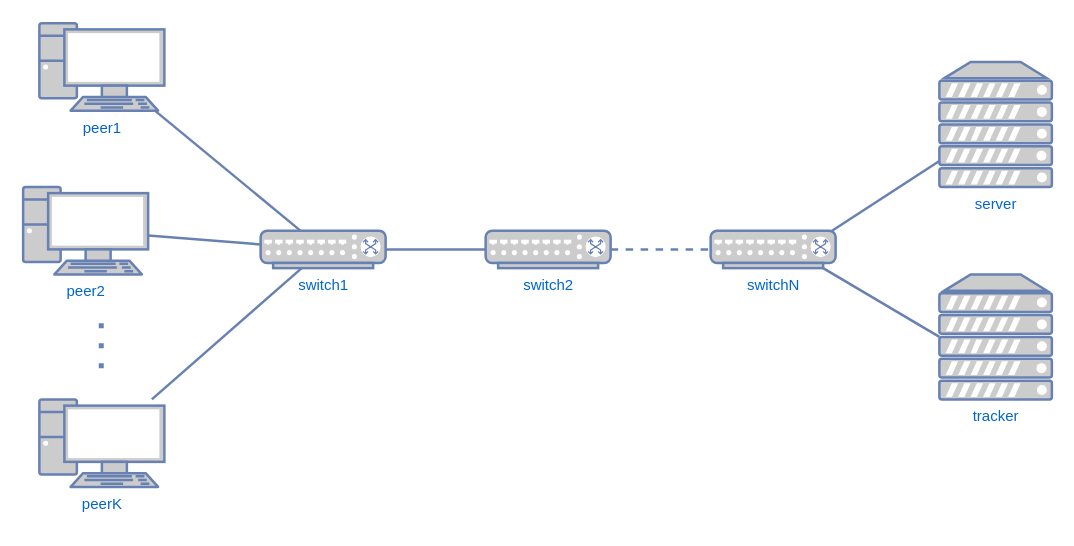
Before: nHopTopology.drawio in nan-af/sproj, a draw.io diagram. Source tidied: cells renumbered, new cells numbered last; positions are measured from the earlier drawing's top-left corner, leaving out a move shared by most shapes. Both pictures are drawn from the tidied source at 125%, with x=0, y=0 at pixel (22, 22).
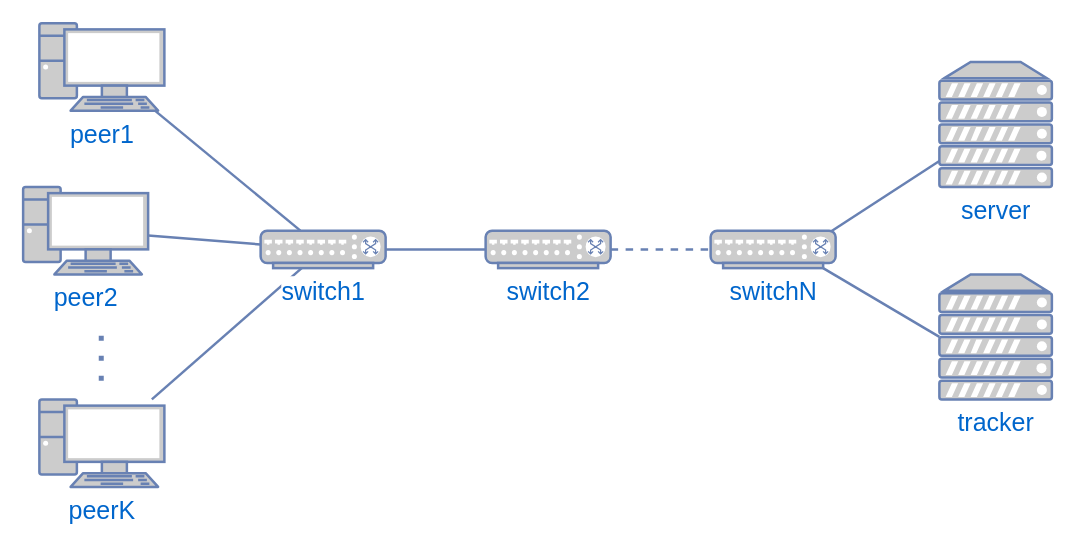
The same page after the edit.

Commit message:
Increase font size

What changed in the source:
```diff
@@
 <mxGraphModel>
   <root>
     <mxCell id="0" />
     <mxCell id="1" parent="0" />
-    <mxCell id="2" value="server" style="fontColor=#0066CC;verticalAlign=top;verticalLabelPosition=bottom;labelPosition=center;align=center;html=1;fillColor=#CCCCCC;strokeColor=#6881B3;gradientColor=none;gradientDirection=north;strokeWidth=2;shape=mxgraph.networks.server;rounded=1;shadow=0;comic=0;labelBackgroundColor=#ffffff;" parent="1" vertex="1">
+    <mxCell id="2" value="&lt;font style=&quot;font-size: 20px;&quot;&gt;server&lt;/font&gt;" style="fontColor=#0066CC;verticalAlign=top;verticalLabelPosition=bottom;labelPosition=center;align=center;html=1;fillColor=#CCCCCC;strokeColor=#6881B3;gradientColor=none;gradientDirection=north;strokeWidth=2;shape=mxgraph.networks.server;rounded=1;shadow=0;comic=0;labelBackgroundColor=#ffffff;" parent="1" vertex="1">
       <mxGeometry x="733" y="31" width="90" height="100" as="geometry" />
     </mxCell>
     <mxCell id="3" style="edgeStyle=none;html=1;labelBackgroundColor=none;endArrow=none;strokeWidth=2;fontFamily=Verdana;fontSize=28;fontColor=#0066CC;rounded=0;strokeColor=#6881B3;" parent="1" edge="1" source="9" target="10">
       <mxGeometry relative="1" as="geometry" />
     </mxCell>
     <mxCell id="4" style="edgeStyle=none;html=1;labelBackgroundColor=none;endArrow=none;strokeWidth=2;fontFamily=Verdana;fontSize=28;fontColor=#0066CC;rounded=0;strokeColor=#6881B3;" parent="1" edge="1" source="9" target="11">
       <mxGeometry relative="1" as="geometry" />
     </mxCell>
     <mxCell id="5" style="edgeStyle=none;html=1;labelBackgroundColor=none;endArrow=none;strokeWidth=2;fontFamily=Verdana;fontSize=28;fontColor=#0066CC;rounded=0;strokeColor=#6881B3;entryX=0;entryY=0.5;entryDx=0;entryDy=0;entryPerimeter=0;exitX=0.9;exitY=1;exitDx=0;exitDy=0;exitPerimeter=0;" parent="1" edge="1" source="17" target="13">
       <mxGeometry relative="1" as="geometry" />
     </mxCell>
     <mxCell id="6" style="edgeStyle=none;html=1;labelBackgroundColor=none;endArrow=none;strokeWidth=2;fontFamily=Verdana;fontSize=28;fontColor=#0066CC;rounded=0;strokeColor=#6881B3;" parent="1" edge="1" source="9" target="12">
       <mxGeometry relative="1" as="geometry" />
     </mxCell>
     <mxCell id="7" style="edgeStyle=none;html=1;labelBackgroundColor=none;endArrow=none;strokeWidth=2;fontFamily=Verdana;fontSize=28;fontColor=#0066CC;rounded=0;strokeColor=#6881B3;exitX=0.95;exitY=0.05;exitDx=0;exitDy=0;exitPerimeter=0;" parent="1" edge="1" source="17" target="2">
       <mxGeometry relative="1" as="geometry" />
     </mxCell>
     <mxCell id="8" style="edgeStyle=orthogonalEdgeStyle;rounded=0;jettySize=auto;html=1;endArrow=none;endFill=0;strokeColor=#6881B3;strokeWidth=2;" parent="1" edge="1" source="9" target="16">
       <mxGeometry relative="1" as="geometry" />
     </mxCell>
-    <mxCell id="9" value="switch1" style="fontColor=#0066CC;verticalAlign=top;verticalLabelPosition=bottom;labelPosition=center;align=center;html=1;fillColor=#CCCCCC;strokeColor=#6881B3;gradientColor=none;gradientDirection=north;strokeWidth=2;shape=mxgraph.networks.switch;rounded=1;shadow=0;comic=0;labelBackgroundColor=#ffffff;" parent="1" vertex="1">
+    <mxCell id="9" value="&lt;font style=&quot;font-size: 20px;&quot;&gt;switch1&lt;/font&gt;" style="fontColor=#0066CC;verticalAlign=top;verticalLabelPosition=bottom;labelPosition=center;align=center;html=1;fillColor=#CCCCCC;strokeColor=#6881B3;gradientColor=none;gradientDirection=north;strokeWidth=2;shape=mxgraph.networks.switch;rounded=1;shadow=0;comic=0;labelBackgroundColor=#ffffff;" parent="1" vertex="1">
       <mxGeometry x="190" y="166" width="100" height="30" as="geometry" />
     </mxCell>
-    <mxCell id="10" value="peer1" style="fontColor=#0066CC;verticalAlign=top;verticalLabelPosition=bottom;labelPosition=center;align=center;html=1;fillColor=#CCCCCC;strokeColor=#6881B3;gradientColor=none;gradientDirection=north;strokeWidth=2;shape=mxgraph.networks.pc;rounded=1;shadow=0;comic=0;labelBackgroundColor=#ffffff;" parent="1" vertex="1">
+    <mxCell id="10" value="&lt;font style=&quot;font-size: 20px;&quot;&gt;peer1&lt;/font&gt;" style="fontColor=#0066CC;verticalAlign=top;verticalLabelPosition=bottom;labelPosition=center;align=center;html=1;fillColor=#CCCCCC;strokeColor=#6881B3;gradientColor=none;gradientDirection=north;strokeWidth=2;shape=mxgraph.networks.pc;rounded=1;shadow=0;comic=0;labelBackgroundColor=#ffffff;" parent="1" vertex="1">
       <mxGeometry x="13" width="100" height="70" as="geometry" />
     </mxCell>
-    <mxCell id="11" value="peerK" style="fontColor=#0066CC;verticalAlign=top;verticalLabelPosition=bottom;labelPosition=center;align=center;html=1;fillColor=#CCCCCC;strokeColor=#6881B3;gradientColor=none;gradientDirection=north;strokeWidth=2;shape=mxgraph.networks.pc;rounded=1;shadow=0;comic=0;labelBackgroundColor=#ffffff;" parent="1" vertex="1">
+    <mxCell id="11" value="&lt;font style=&quot;font-size: 20px;&quot;&gt;peerK&lt;/font&gt;" style="fontColor=#0066CC;verticalAlign=top;verticalLabelPosition=bottom;labelPosition=center;align=center;html=1;fillColor=#CCCCCC;strokeColor=#6881B3;gradientColor=none;gradientDirection=north;strokeWidth=2;shape=mxgraph.networks.pc;rounded=1;shadow=0;comic=0;labelBackgroundColor=#ffffff;" parent="1" vertex="1">
       <mxGeometry x="13" y="301" width="100" height="70" as="geometry" />
     </mxCell>
-    <mxCell id="12" value="peer2" style="fontColor=#0066CC;verticalAlign=top;verticalLabelPosition=bottom;labelPosition=center;align=center;html=1;fillColor=#CCCCCC;strokeColor=#6881B3;gradientColor=none;gradientDirection=north;strokeWidth=2;shape=mxgraph.networks.pc;rounded=1;shadow=0;comic=0;labelBackgroundColor=#ffffff;" parent="1" vertex="1">
+    <mxCell id="12" value="&lt;font style=&quot;font-size: 20px;&quot;&gt;peer2&lt;/font&gt;" style="fontColor=#0066CC;verticalAlign=top;verticalLabelPosition=bottom;labelPosition=center;align=center;html=1;fillColor=#CCCCCC;strokeColor=#6881B3;gradientColor=none;gradientDirection=north;strokeWidth=2;shape=mxgraph.networks.pc;rounded=1;shadow=0;comic=0;labelBackgroundColor=#ffffff;" parent="1" vertex="1">
       <mxGeometry y="131" width="100" height="70" as="geometry" />
     </mxCell>
-    <mxCell id="13" value="tracker" style="fontColor=#0066CC;verticalAlign=top;verticalLabelPosition=bottom;labelPosition=center;align=center;html=1;fillColor=#CCCCCC;strokeColor=#6881B3;gradientColor=none;gradientDirection=north;strokeWidth=2;shape=mxgraph.networks.server;rounded=1;shadow=0;comic=0;labelBackgroundColor=#ffffff;" parent="1" vertex="1">
+    <mxCell id="13" value="&lt;font style=&quot;font-size: 20px;&quot;&gt;tracker&lt;/font&gt;" style="fontColor=#0066CC;verticalAlign=top;verticalLabelPosition=bottom;labelPosition=center;align=center;html=1;fillColor=#CCCCCC;strokeColor=#6881B3;gradientColor=none;gradientDirection=north;strokeWidth=2;shape=mxgraph.networks.server;rounded=1;shadow=0;comic=0;labelBackgroundColor=#ffffff;" parent="1" vertex="1">
       <mxGeometry x="733" y="201" width="90" height="100" as="geometry" />
     </mxCell>
     <mxCell id="14" style="endArrow=none;dashed=1;html=1;dashPattern=1 3;strokeWidth=4;rounded=0;strokeColor=#6881B3;" parent="1" edge="1">
       <mxGeometry relative="1" as="geometry">
-        <mxPoint x="62.5" y="276" as="sourcePoint" />
-        <mxPoint x="62.5" y="236" as="targetPoint" />
+        <mxPoint x="62.5" y="286" as="sourcePoint" />
+        <mxPoint x="62.5" y="246" as="targetPoint" />
       </mxGeometry>
     </mxCell>
     <mxCell id="15" style="edgeStyle=orthogonalEdgeStyle;rounded=0;jettySize=auto;html=1;dashed=1;endArrow=none;endFill=0;strokeColor=#6881B3;strokeWidth=2;" parent="1" edge="1" source="16" target="17">
       <mxGeometry relative="1" as="geometry" />
     </mxCell>
-    <mxCell id="16" value="switch2" style="fontColor=#0066CC;verticalAlign=top;verticalLabelPosition=bottom;labelPosition=center;align=center;html=1;fillColor=#CCCCCC;strokeColor=#6881B3;gradientColor=none;gradientDirection=north;strokeWidth=2;shape=mxgraph.networks.switch;rounded=1;shadow=0;comic=0;labelBackgroundColor=#ffffff;" parent="1" vertex="1">
+    <mxCell id="16" value="&lt;font style=&quot;font-size: 20px;&quot;&gt;switch2&lt;/font&gt;" style="fontColor=#0066CC;verticalAlign=top;verticalLabelPosition=bottom;labelPosition=center;align=center;html=1;fillColor=#CCCCCC;strokeColor=#6881B3;gradientColor=none;gradientDirection=north;strokeWidth=2;shape=mxgraph.networks.switch;rounded=1;shadow=0;comic=0;labelBackgroundColor=#ffffff;" parent="1" vertex="1">
       <mxGeometry x="370" y="166" width="100" height="30" as="geometry" />
     </mxCell>
-    <mxCell id="17" value="switchN" style="fontColor=#0066CC;verticalAlign=top;verticalLabelPosition=bottom;labelPosition=center;align=center;html=1;fillColor=#CCCCCC;strokeColor=#6881B3;gradientColor=none;gradientDirection=north;strokeWidth=2;shape=mxgraph.networks.switch;rounded=1;shadow=0;comic=0;labelBackgroundColor=#ffffff;" parent="1" vertex="1">
+    <mxCell id="17" value="&lt;font style=&quot;font-size: 20px;&quot;&gt;switchN&lt;/font&gt;" style="fontColor=#0066CC;verticalAlign=top;verticalLabelPosition=bottom;labelPosition=center;align=center;html=1;fillColor=#CCCCCC;strokeColor=#6881B3;gradientColor=none;gradientDirection=north;strokeWidth=2;shape=mxgraph.networks.switch;rounded=1;shadow=0;comic=0;labelBackgroundColor=#ffffff;" parent="1" vertex="1">
       <mxGeometry x="550" y="166" width="100" height="30" as="geometry" />
     </mxCell>
   </root>
 </mxGraphModel>
```
